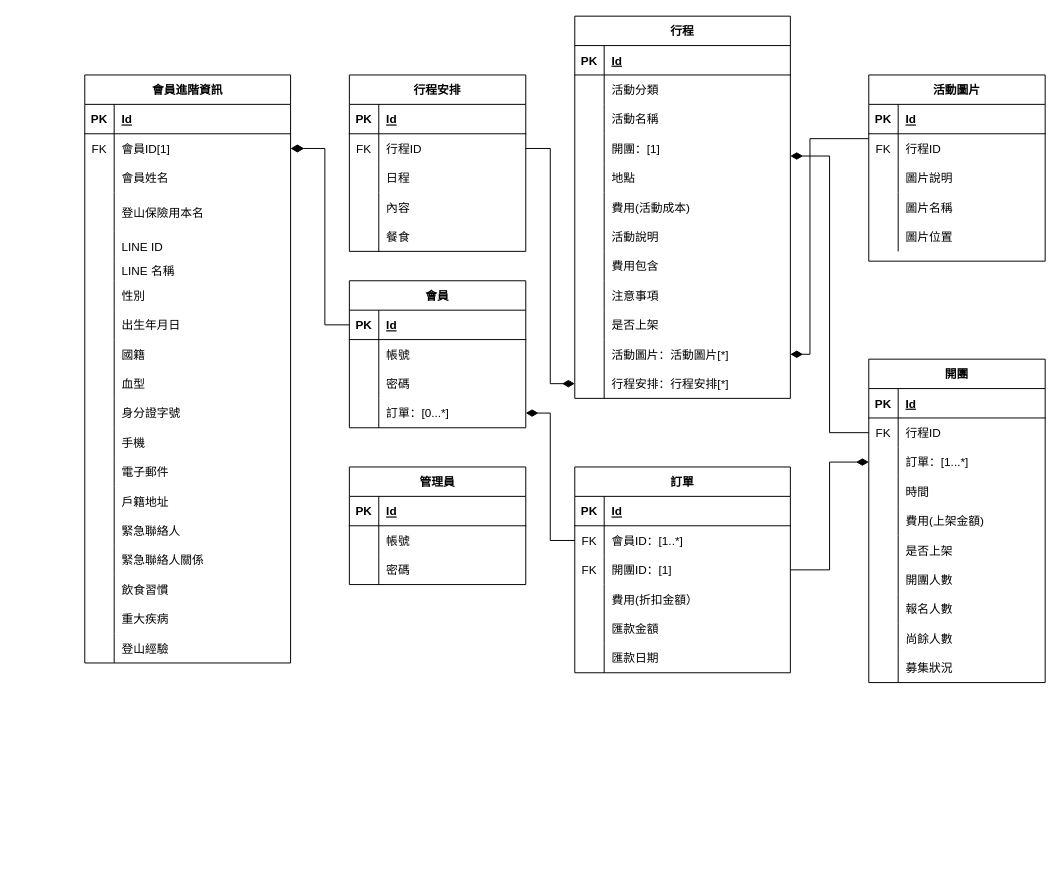
This is Untitled Diagram.drawio from Yizi-Yeh/MT-Databaseplanning, a draw.io file, before an edit. Source tidied: cells renumbered, new cells numbered last; positions are measured from the earlier drawing's top-left corner, leaving out a move shared by most shapes. Both pictures are drawn from the tidied source at 98%, with x=0, y=0 at pixel (84, 16).
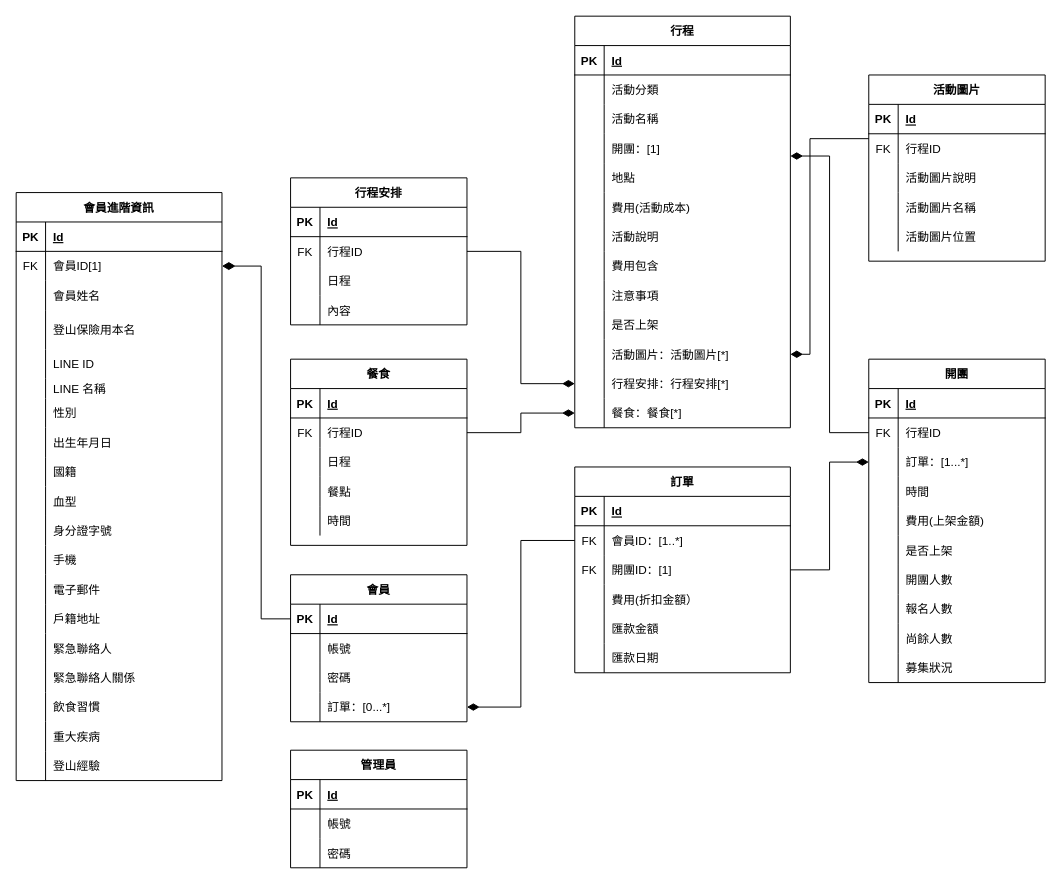
The same page after the edit.

The change refers to these unchanged cells:
```xml
<mxCell id="93" style="shape=partialRectangle;fillColor=none;top=0;left=0;bottom=0;right=0;" parent="86" vertex="1">
  <mxGeometry y="90" width="180" height="30" as="geometry" />
</mxCell>
<mxCell id="96" style="shape=partialRectangle;fillColor=none;top=0;left=0;bottom=0;right=0;" parent="86" vertex="1">
  <mxGeometry y="120" width="180" height="30" as="geometry" />
</mxCell>
<mxCell id="99" style="shape=partialRectangle;fillColor=none;top=0;left=0;bottom=0;right=0;" parent="86" vertex="1">
  <mxGeometry y="150" width="180" height="30" as="geometry" />
</mxCell>
```

The edit, as a diff of the source:
```diff
@@
     <mxCell id="2" value="行程" style="shape=table;startSize=30;childLayout=tableLayout;rowLines=0;fontStyle=1;align=center;" parent="1" vertex="1">
-      <mxGeometry x="500" width="220" height="390" as="geometry" />
+      <mxGeometry x="500" width="220" height="420" as="geometry" />
     </mxCell>
@@
+    <mxCell id="208" style="shape=partialRectangle;fillColor=none;top=0;left=0;bottom=0;right=0;points=[[0,0.5],[1,0.5]];portConstraint=eastwest;" parent="2" vertex="1">
+      <mxGeometry y="390" width="220" height="30" as="geometry" />
+    </mxCell>
+    <mxCell id="209" style="shape=partialRectangle;fillColor=none;top=0;left=0;bottom=0;right=0;overflow=hidden;" parent="208" vertex="1">
+      <mxGeometry width="30" height="30" as="geometry" />
+    </mxCell>
+    <mxCell id="210" value="餐食：餐食[*]" style="shape=partialRectangle;fillColor=none;top=0;left=0;bottom=0;right=0;align=left;spacingLeft=6;overflow=hidden;" parent="208" vertex="1">
+      <mxGeometry x="30" width="190" height="30" as="geometry" />
+    </mxCell>
@@
     <mxCell id="70" value="行程安排" style="shape=table;startSize=30;childLayout=tableLayout;rowLines=0;fontStyle=1;align=center;fillColor=none;" parent="1" vertex="1">
-      <mxGeometry x="270" y="60" width="180" height="180" as="geometry" />
+      <mxGeometry x="210" y="165" width="180" height="150" as="geometry" />
     </mxCell>
@@
+    <mxCell id="85" value="餐食" style="shape=table;startSize=30;childLayout=tableLayout;rowLines=0;fontStyle=1;align=center;fillColor=none;" parent="1" vertex="1">
+      <mxGeometry x="210" y="350" width="180" height="190" as="geometry" />
+    </mxCell>
+    <mxCell id="211" style="shape=partialRectangle;fillColor=none;top=0;left=0;bottom=1;right=0;" parent="85" vertex="1">
+      <mxGeometry y="30" width="180" height="30" as="geometry" />
+    </mxCell>
+    <mxCell id="212" value="PK" style="shape=partialRectangle;fillColor=none;top=0;left=0;bottom=0;right=0;fontStyle=1;overflow=hidden;" parent="211" vertex="1">
+      <mxGeometry width="30" height="30" as="geometry" />
+    </mxCell>
+    <mxCell id="213" value="Id" style="shape=partialRectangle;fillColor=none;top=0;left=0;bottom=0;right=0;align=left;spacingLeft=6;fontStyle=5;overflow=hidden;" parent="211" vertex="1">
+      <mxGeometry x="30" width="150" height="30" as="geometry" />
+    </mxCell>
+    <mxCell id="214" style="shape=partialRectangle;fillColor=none;top=0;left=0;bottom=0;right=0;points=[[0,0.5],[1,0.5]];portConstraint=eastwest;" parent="85" vertex="1">
+      <mxGeometry y="60" width="180" height="30" as="geometry" />
+    </mxCell>
+    <mxCell id="215" value="FK" style="shape=partialRectangle;fillColor=none;top=0;left=0;bottom=0;right=0;fontStyle=0;overflow=hidden;" parent="214" vertex="1">
+      <mxGeometry width="30" height="30" as="geometry" />
+    </mxCell>
+    <mxCell id="216" value="行程ID" style="shape=partialRectangle;fillColor=none;top=0;left=0;bottom=0;right=0;align=left;spacingLeft=6;fontStyle=0;overflow=hidden;" parent="214" vertex="1">
+      <mxGeometry x="30" width="150" height="30" as="geometry" />
+    </mxCell>
+    <mxCell id="217" style="shape=partialRectangle;fillColor=none;top=0;left=0;bottom=0;right=0;" parent="85" vertex="1">
+      <mxGeometry y="90" width="180" height="30" as="geometry" />
+    </mxCell>
+    <mxCell id="218" style="shape=partialRectangle;fillColor=none;top=0;left=0;bottom=0;right=0;overflow=hidden;" parent="217" vertex="1">
+      <mxGeometry width="30" height="30" as="geometry" />
+    </mxCell>
+    <mxCell id="219" value="日程" style="shape=partialRectangle;fillColor=none;top=0;left=0;bottom=0;right=0;align=left;spacingLeft=6;overflow=hidden;" parent="217" vertex="1">
+      <mxGeometry x="30" width="150" height="30" as="geometry" />
+    </mxCell>
+    <mxCell id="220" style="shape=partialRectangle;fillColor=none;top=0;left=0;bottom=0;right=0;" parent="85" vertex="1">
+      <mxGeometry y="120" width="180" height="30" as="geometry" />
+    </mxCell>
+    <mxCell id="221" style="shape=partialRectangle;fillColor=none;top=0;left=0;bottom=0;right=0;overflow=hidden;" parent="220" vertex="1">
+      <mxGeometry width="30" height="30" as="geometry" />
+    </mxCell>
+    <mxCell id="222" value="餐點" style="shape=partialRectangle;fillColor=none;top=0;left=0;bottom=0;right=0;align=left;spacingLeft=6;overflow=hidden;" parent="220" vertex="1">
+      <mxGeometry x="30" width="150" height="30" as="geometry" />
+    </mxCell>
-    <mxCell id="83" style="shape=partialRectangle;fillColor=none;top=0;left=0;bottom=0;right=0;" parent="70" vertex="1">
+    <mxCell id="83" style="shape=partialRectangle;fillColor=none;top=0;left=0;bottom=0;right=0;" parent="85" vertex="1">
       <mxGeometry y="150" width="180" height="30" as="geometry" />
     </mxCell>
-    <mxCell id="84" style="shape=partialRectangle;fillColor=none;top=0;left=0;bottom=0;right=0;overflow=hidden;" parent="83" vertex="1">
-      <mxGeometry width="30" height="30" as="geometry" />
-    </mxCell>
-    <mxCell id="85" value="餐食" style="shape=partialRectangle;fillColor=none;top=0;left=0;bottom=0;right=0;align=left;spacingLeft=6;overflow=hidden;" parent="83" vertex="1">
-      <mxGeometry x="30" width="150" height="30" as="geometry" />
-    </mxCell>
+    <mxCell id="223" style="shape=partialRectangle;fillColor=none;top=0;left=0;bottom=0;right=0;overflow=hidden;" parent="83" vertex="1">
+      <mxGeometry width="30" height="30" as="geometry" />
+    </mxCell>
+    <mxCell id="224" value="時間" style="shape=partialRectangle;fillColor=none;top=0;left=0;bottom=0;right=0;align=left;spacingLeft=6;overflow=hidden;" parent="83" vertex="1">
+      <mxGeometry x="30" width="150" height="30" as="geometry" />
+    </mxCell>
@@
-    <mxCell id="95" value="圖片說明" style="shape=partialRectangle;fillColor=none;top=0;left=0;bottom=0;right=0;align=left;spacingLeft=6;overflow=hidden;" parent="93" vertex="1">
+    <mxCell id="95" value="活動圖片說明" style="shape=partialRectangle;fillColor=none;top=0;left=0;bottom=0;right=0;align=left;spacingLeft=6;overflow=hidden;" parent="93" vertex="1">
       <mxGeometry x="30" width="150" height="30" as="geometry" />
     </mxCell>
@@
-    <mxCell id="98" value="圖片名稱" style="shape=partialRectangle;fillColor=none;top=0;left=0;bottom=0;right=0;align=left;spacingLeft=6;overflow=hidden;" parent="96" vertex="1">
+    <mxCell id="98" value="活動圖片名稱" style="shape=partialRectangle;fillColor=none;top=0;left=0;bottom=0;right=0;align=left;spacingLeft=6;overflow=hidden;" parent="96" vertex="1">
       <mxGeometry x="30" width="150" height="30" as="geometry" />
     </mxCell>
@@
-    <mxCell id="101" value="圖片位置" style="shape=partialRectangle;fillColor=none;top=0;left=0;bottom=0;right=0;align=left;spacingLeft=6;overflow=hidden;" parent="99" vertex="1">
+    <mxCell id="101" value="活動圖片位置" style="shape=partialRectangle;fillColor=none;top=0;left=0;bottom=0;right=0;align=left;spacingLeft=6;overflow=hidden;" parent="99" vertex="1">
       <mxGeometry x="30" width="150" height="30" as="geometry" />
     </mxCell>
     <mxCell id="102" value="會員" style="shape=table;startSize=30;childLayout=tableLayout;rowLines=0;fontStyle=1;align=center;fillColor=none;" parent="1" vertex="1">
-      <mxGeometry x="270" y="270" width="180" height="150" as="geometry" />
+      <mxGeometry x="210" y="570" width="180" height="150" as="geometry" />
     </mxCell>
@@
+    <mxCell id="225" style="edgeStyle=orthogonalEdgeStyle;rounded=0;jettySize=auto;html=1;entryX=0;entryY=0.5;entryDx=0;entryDy=0;startArrow=none;startFill=0;startSize=18;endArrow=diamondThin;endFill=1;endSize=10;strokeWidth=1;" parent="1" edge="1" source="214" target="208">
+      <mxGeometry relative="1" as="geometry" />
+    </mxCell>
@@
     <mxCell id="139" value="管理員" style="shape=table;startSize=30;childLayout=tableLayout;rowLines=0;fontStyle=1;align=center;fillColor=none;" parent="1" vertex="1">
-      <mxGeometry x="270" y="460" width="180" height="120" as="geometry" />
+      <mxGeometry x="210" y="749" width="180" height="120" as="geometry" />
     </mxCell>
@@
     <mxCell id="149" value="會員進階資訊" style="shape=table;startSize=30;childLayout=tableLayout;rowLines=0;fontStyle=1;align=center;fillColor=none;" parent="1" vertex="1">
-      <mxGeometry y="60" width="210" height="600" as="geometry" />
+      <mxGeometry x="-70" y="180" width="210" height="600" as="geometry" />
     </mxCell>
```
